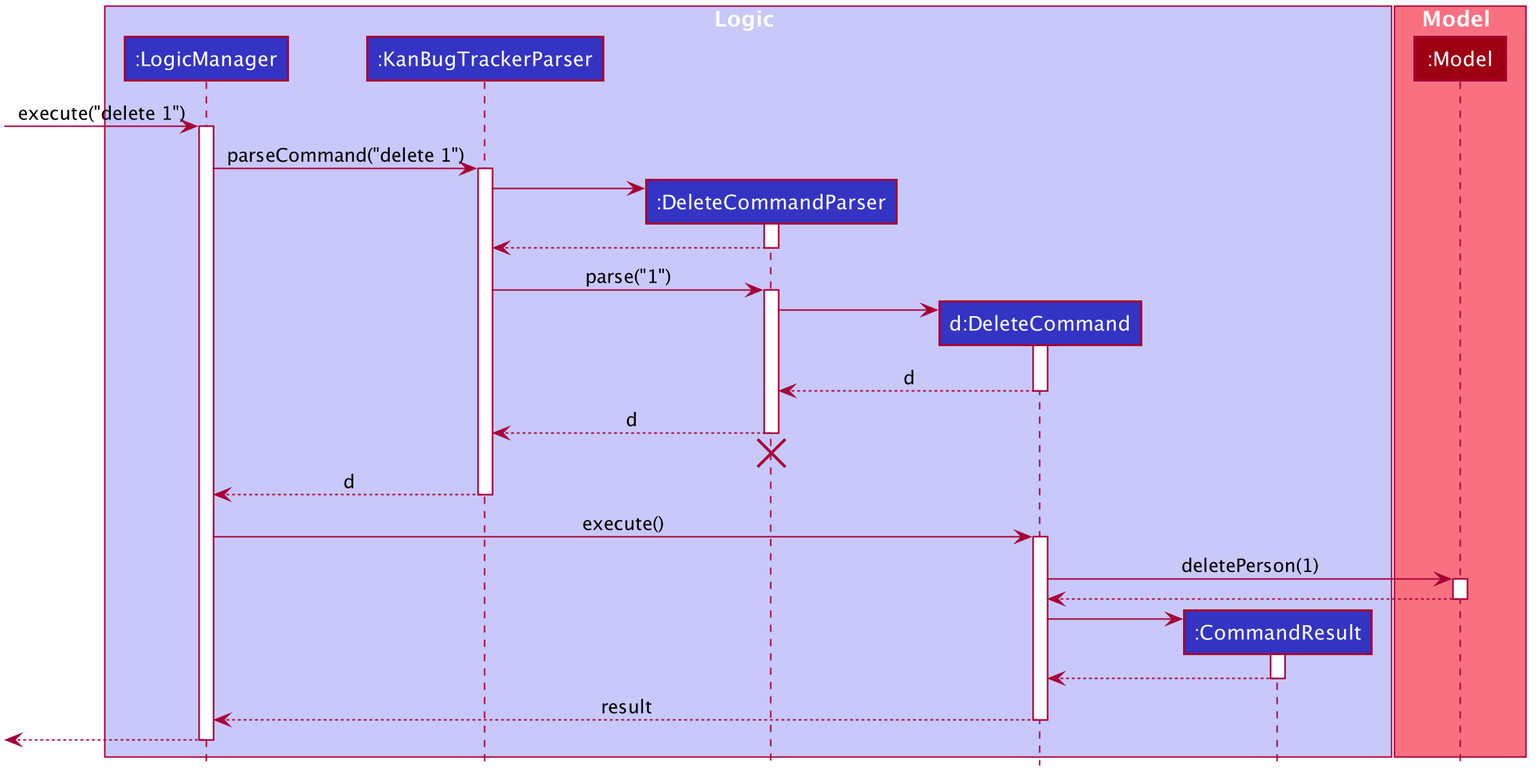
Before: docs/images/DeleteSequenceDiagram.png, a diagram exported from PlantUML (the-reefshark/tp).
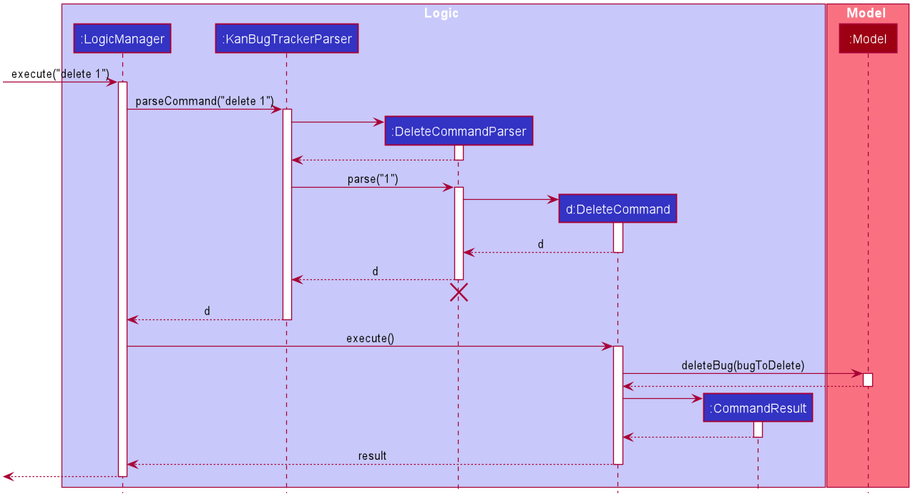
After the change.

Change to the diagram source:
```diff
@@ -94,7 +94,7 @@
 LogicManager -> DeleteCommand : execute()
 activate DeleteCommand
 
-DeleteCommand -> Model : deletePerson(1)
+DeleteCommand -> Model : deleteBug(bugToDelete)
 activate Model
 
 Model --> DeleteCommand
```
